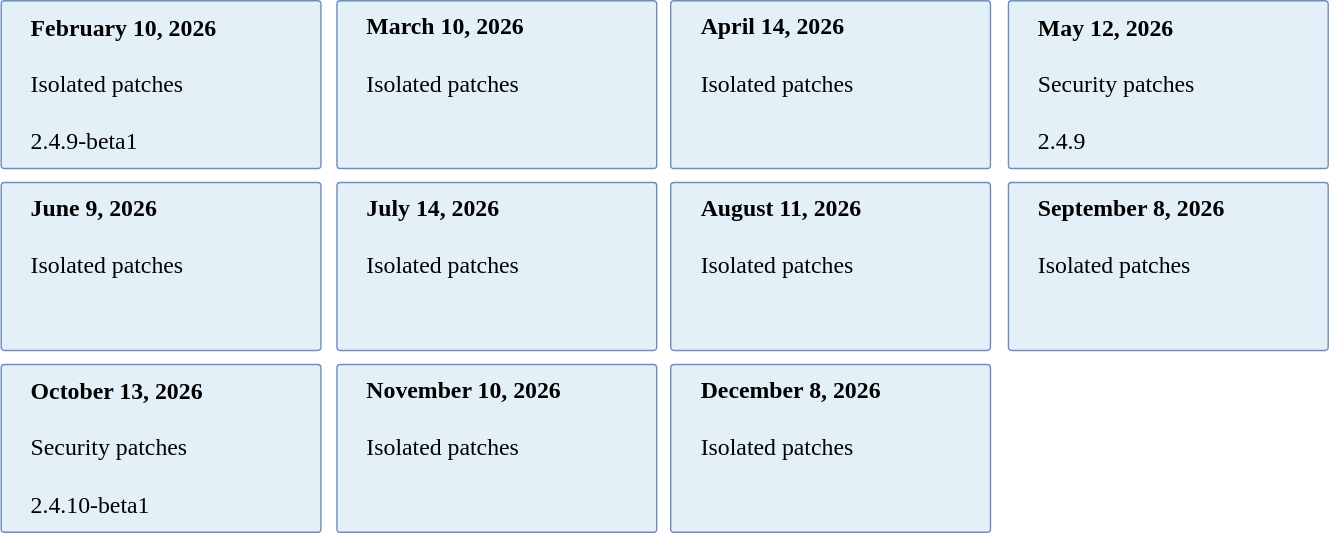
The draw.io diagram help/assets/release/release-calendar.drawio.svg in AdobeDocs/commerce-operations.en, before a commit. Source tidied: cells renumbered, new cells last; positions are measured from the earlier drawing's top-left corner, leaving out a move shared by most shapes.
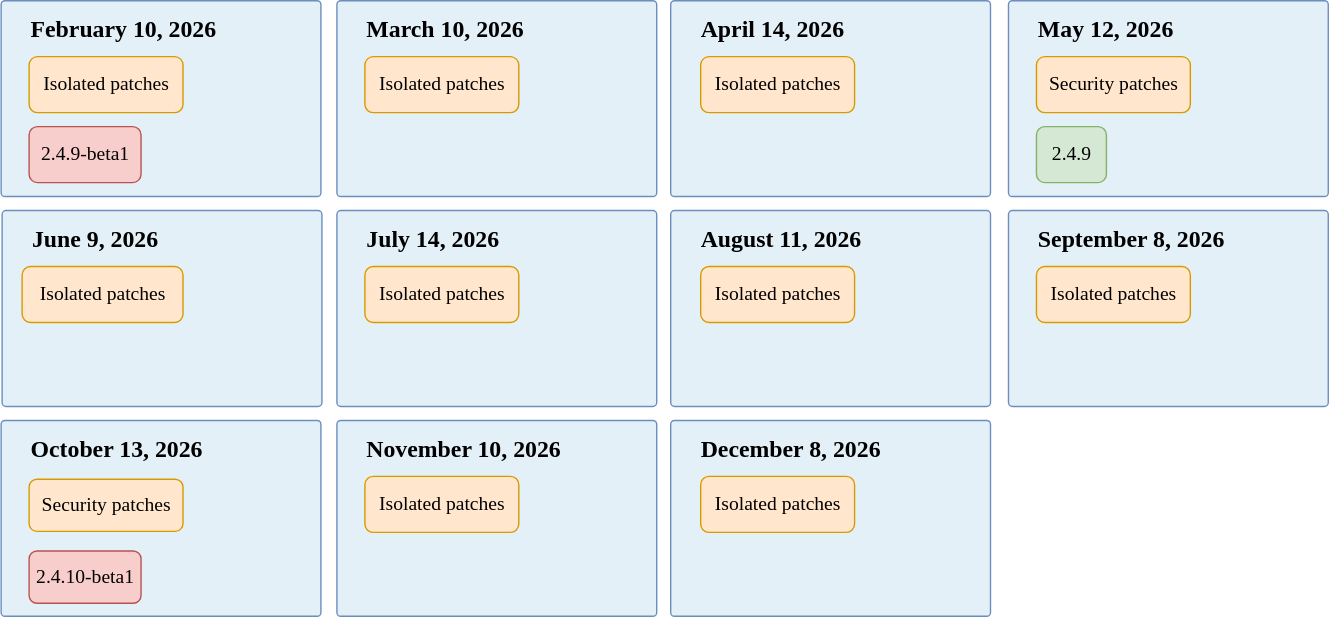
The same file after the commit.

Commit message:
COMDOX-1284: use badges for release types

Change to the diagram source:
```diff
@@ -2,38 +2,80 @@
   <root>
     <mxCell id="0" />
     <mxCell id="1" parent="0" />
-    <mxCell id="2" value="&lt;div&gt;&lt;font&gt;&lt;b&gt;March 10, 2026&lt;/b&gt;&lt;/font&gt;&lt;/div&gt;&lt;div&gt;&lt;br&gt;&lt;/div&gt;&lt;div&gt;&lt;font&gt;Isolated patches&lt;/font&gt;&lt;/div&gt;" style="rounded=1;whiteSpace=wrap;html=1;arcSize=2;fillColor=#E4F0F8;strokeColor=#6c8ebf;fontFamily=Adobe Clean;fontSize=17;perimeter=rectanglePerimeter;shadow=0;align=left;spacingTop=-42;spacing=2;spacingLeft=19;" parent="1" vertex="1">
-      <mxGeometry x="240" width="228.6" height="120" as="geometry" />
+    <mxCell id="2" value="&lt;div&gt;&lt;font&gt;&lt;b&gt;March 10, 2026&lt;/b&gt;&lt;/font&gt;&lt;/div&gt;&lt;div&gt;&lt;br&gt;&lt;/div&gt;&lt;div&gt;&lt;br&gt;&lt;/div&gt;" style="rounded=1;whiteSpace=wrap;html=1;arcSize=2;fillColor=#E4F0F8;strokeColor=#6c8ebf;fontFamily=Adobe Clean;fontSize=17;perimeter=rectanglePerimeter;shadow=0;align=left;spacingTop=-58;spacing=2;spacingLeft=19;" parent="1" vertex="1">
+      <mxGeometry x="240" width="228.6" height="140" as="geometry" />
     </mxCell>
-    <mxCell id="3" value="&lt;div&gt;&lt;font&gt;&lt;b&gt;May 12, 2026&lt;/b&gt;&lt;/font&gt;&lt;/div&gt;&lt;div&gt;&lt;br&gt;&lt;/div&gt;&lt;div&gt;&lt;font&gt;Security patches&lt;/font&gt;&lt;/div&gt;&lt;div&gt;&lt;font&gt;&lt;br&gt;&lt;/font&gt;&lt;/div&gt;&lt;div&gt;&lt;font&gt;2.4.9&lt;/font&gt;&lt;/div&gt;" style="rounded=1;whiteSpace=wrap;html=1;arcSize=2;fillColor=#E4F0F8;strokeColor=#6c8ebf;fontFamily=Adobe Clean;fontSize=17;perimeter=rectanglePerimeter;shadow=0;align=left;spacingTop=0;spacing=2;spacingLeft=19;" parent="1" vertex="1">
-      <mxGeometry x="720" width="228.6" height="120" as="geometry" />
+    <mxCell id="3" value="&lt;div&gt;&lt;font&gt;&lt;b&gt;May 12, 2026&lt;/b&gt;&lt;/font&gt;&lt;/div&gt;&lt;div&gt;&lt;br&gt;&lt;/div&gt;&lt;div&gt;&lt;br&gt;&lt;/div&gt;" style="rounded=1;whiteSpace=wrap;html=1;arcSize=2;fillColor=#E4F0F8;strokeColor=#6c8ebf;fontFamily=Adobe Clean;fontSize=17;perimeter=rectanglePerimeter;shadow=0;align=left;spacingTop=-58;spacing=2;spacingLeft=19;" parent="1" vertex="1">
+      <mxGeometry x="720" width="228.6" height="140" as="geometry" />
     </mxCell>
-    <mxCell id="4" value="&lt;div&gt;&lt;font&gt;&lt;b&gt;June 9, 2026&lt;/b&gt;&lt;/font&gt;&lt;/div&gt;&lt;div&gt;&lt;br&gt;&lt;/div&gt;&lt;div&gt;Isolated patches&lt;/div&gt;" style="rounded=1;whiteSpace=wrap;html=1;arcSize=2;fillColor=#E4F0F8;strokeColor=#6c8ebf;fontFamily=Adobe Clean;fontSize=17;perimeter=rectanglePerimeter;shadow=0;align=left;spacingTop=-42;spacing=2;spacingLeft=19;" parent="1" vertex="1">
-      <mxGeometry y="130" width="228.6" height="120" as="geometry" />
+    <mxCell id="4" value="&lt;div&gt;&lt;font&gt;&lt;b&gt;June 9, 2026&lt;/b&gt;&lt;/font&gt;&lt;/div&gt;&lt;div&gt;&lt;br&gt;&lt;/div&gt;&lt;div&gt;&lt;br&gt;&lt;/div&gt;" style="rounded=1;whiteSpace=wrap;html=1;arcSize=2;fillColor=#E4F0F8;strokeColor=#6c8ebf;fontFamily=Adobe Clean;fontSize=17;perimeter=rectanglePerimeter;shadow=0;align=left;spacingTop=-58;spacing=2;spacingLeft=19;" parent="1" vertex="1">
+      <mxGeometry x="0.7" y="150" width="228.6" height="140" as="geometry" />
     </mxCell>
-    <mxCell id="5" value="&lt;div&gt;&lt;font&gt;&lt;b&gt;July 14, 2026&lt;/b&gt;&lt;/font&gt;&lt;/div&gt;&lt;div&gt;&lt;br&gt;&lt;/div&gt;&lt;div&gt;Isolated patches&lt;/div&gt;" style="rounded=1;whiteSpace=wrap;html=1;arcSize=2;fillColor=#E4F0F8;strokeColor=#6c8ebf;fontFamily=Adobe Clean;fontSize=17;perimeter=rectanglePerimeter;shadow=0;align=left;spacingTop=-42;spacing=2;spacingLeft=19;" parent="1" vertex="1">
-      <mxGeometry x="240" y="130" width="228.6" height="120" as="geometry" />
+    <mxCell id="5" value="&lt;div&gt;&lt;font&gt;&lt;b&gt;July 14, 2026&lt;/b&gt;&lt;/font&gt;&lt;/div&gt;&lt;div&gt;&lt;br&gt;&lt;/div&gt;&lt;div&gt;&lt;br&gt;&lt;/div&gt;" style="rounded=1;whiteSpace=wrap;html=1;arcSize=2;fillColor=#E4F0F8;strokeColor=#6c8ebf;fontFamily=Adobe Clean;fontSize=17;perimeter=rectanglePerimeter;shadow=0;align=left;spacingTop=-58;spacing=2;spacingLeft=19;" parent="1" vertex="1">
+      <mxGeometry x="240" y="150" width="228.6" height="140" as="geometry" />
     </mxCell>
-    <mxCell id="6" value="&lt;div&gt;&lt;font&gt;&lt;b&gt;August 11, 2026&lt;/b&gt;&lt;/font&gt;&lt;/div&gt;&lt;div&gt;&lt;br&gt;&lt;/div&gt;&lt;div&gt;Isolated patches&lt;/div&gt;" style="rounded=1;whiteSpace=wrap;html=1;arcSize=2;fillColor=#E4F0F8;strokeColor=#6c8ebf;fontFamily=Adobe Clean;fontSize=17;perimeter=rectanglePerimeter;shadow=0;align=left;spacingTop=-42;spacing=2;spacingLeft=19;" parent="1" vertex="1">
-      <mxGeometry x="478.6" y="130" width="228.6" height="120" as="geometry" />
+    <mxCell id="6" value="&lt;div&gt;&lt;font&gt;&lt;b&gt;August 11, 2026&lt;/b&gt;&lt;/font&gt;&lt;/div&gt;&lt;div&gt;&lt;br&gt;&lt;/div&gt;&lt;div&gt;&lt;br&gt;&lt;/div&gt;" style="rounded=1;whiteSpace=wrap;html=1;arcSize=2;fillColor=#E4F0F8;strokeColor=#6c8ebf;fontFamily=Adobe Clean;fontSize=17;perimeter=rectanglePerimeter;shadow=0;align=left;spacingTop=-58;spacing=2;spacingLeft=19;" parent="1" vertex="1">
+      <mxGeometry x="478.6" y="150" width="228.6" height="140" as="geometry" />
     </mxCell>
-    <mxCell id="7" value="&lt;div&gt;&lt;font&gt;&lt;b&gt;September 8, 2026&lt;/b&gt;&lt;/font&gt;&lt;/div&gt;&lt;div&gt;&lt;br&gt;&lt;/div&gt;&lt;div&gt;Isolated patches&lt;/div&gt;" style="rounded=1;whiteSpace=wrap;html=1;arcSize=2;fillColor=#E4F0F8;strokeColor=#6c8ebf;fontFamily=Adobe Clean;fontSize=17;perimeter=rectanglePerimeter;shadow=0;align=left;spacingTop=-42;spacing=2;spacingLeft=19;" parent="1" vertex="1">
-      <mxGeometry x="720" y="130" width="228.6" height="120" as="geometry" />
+    <mxCell id="7" value="&lt;div&gt;&lt;font&gt;&lt;b&gt;September 8, 2026&lt;/b&gt;&lt;/font&gt;&lt;/div&gt;&lt;div&gt;&lt;br&gt;&lt;/div&gt;&lt;div&gt;&lt;br&gt;&lt;/div&gt;" style="rounded=1;whiteSpace=wrap;html=1;arcSize=2;fillColor=#E4F0F8;strokeColor=#6c8ebf;fontFamily=Adobe Clean;fontSize=17;perimeter=rectanglePerimeter;shadow=0;align=left;spacingTop=-58;spacing=2;spacingLeft=19;" parent="1" vertex="1">
+      <mxGeometry x="720" y="150" width="228.6" height="140" as="geometry" />
     </mxCell>
-    <mxCell id="8" value="&lt;div&gt;&lt;font&gt;&lt;b&gt;October 13, 2026&lt;/b&gt;&lt;/font&gt;&lt;/div&gt;&lt;div&gt;&lt;br&gt;&lt;/div&gt;&lt;div&gt;Security patches&lt;/div&gt;&lt;div&gt;&lt;br&gt;&lt;/div&gt;&lt;div&gt;2.4.10-beta1&lt;/div&gt;" style="rounded=1;whiteSpace=wrap;html=1;arcSize=2;fillColor=#E4F0F8;strokeColor=#6c8ebf;fontFamily=Adobe Clean;fontSize=17;perimeter=rectanglePerimeter;shadow=0;align=left;spacingTop=0;spacing=2;spacingLeft=19;" parent="1" vertex="1">
-      <mxGeometry y="260" width="228.6" height="120" as="geometry" />
-    </mxCell>
-    <mxCell id="9" value="&lt;div&gt;&lt;font&gt;&lt;b&gt;November 10, 2026&lt;/b&gt;&lt;/font&gt;&lt;/div&gt;&lt;div&gt;&lt;br&gt;&lt;/div&gt;&lt;div&gt;Isolated patches&lt;/div&gt;" style="rounded=1;whiteSpace=wrap;html=1;arcSize=2;fillColor=#E4F0F8;strokeColor=#6c8ebf;fontFamily=Adobe Clean;fontSize=17;perimeter=rectanglePerimeter;shadow=0;align=left;spacingTop=-42;spacing=2;spacingLeft=19;" parent="1" vertex="1">
-      <mxGeometry x="240" y="260" width="228.6" height="120" as="geometry" />
+    <mxCell id="9" value="&lt;div&gt;&lt;font&gt;&lt;b&gt;November 10, 2026&lt;/b&gt;&lt;/font&gt;&lt;/div&gt;&lt;div&gt;&lt;br&gt;&lt;/div&gt;&lt;div&gt;&lt;br&gt;&lt;/div&gt;" style="rounded=1;whiteSpace=wrap;html=1;arcSize=2;fillColor=#E4F0F8;strokeColor=#6c8ebf;fontFamily=Adobe Clean;fontSize=17;perimeter=rectanglePerimeter;shadow=0;align=left;spacingTop=-58;spacing=2;spacingLeft=19;" parent="1" vertex="1">
+      <mxGeometry x="240" y="300" width="228.6" height="140" as="geometry" />
     </mxCell>
-    <mxCell id="10" value="&lt;div&gt;&lt;font&gt;&lt;b&gt;December 8, 2026&lt;/b&gt;&lt;/font&gt;&lt;/div&gt;&lt;div&gt;&lt;br&gt;&lt;/div&gt;&lt;div&gt;Isolated patches&lt;/div&gt;" style="rounded=1;whiteSpace=wrap;html=1;arcSize=2;fillColor=#E4F0F8;strokeColor=#6c8ebf;fontFamily=Adobe Clean;fontSize=17;perimeter=rectanglePerimeter;shadow=0;align=left;spacingTop=-42;spacing=2;spacingLeft=19;" parent="1" vertex="1">
-      <mxGeometry x="478.6" y="260" width="228.6" height="120" as="geometry" />
+    <mxCell id="10" value="&lt;div&gt;&lt;font&gt;&lt;b&gt;December 8, 2026&lt;/b&gt;&lt;/font&gt;&lt;/div&gt;&lt;div&gt;&lt;br&gt;&lt;/div&gt;&lt;div&gt;&lt;br&gt;&lt;/div&gt;" style="rounded=1;whiteSpace=wrap;html=1;arcSize=2;fillColor=#E4F0F8;strokeColor=#6c8ebf;fontFamily=Adobe Clean;fontSize=17;perimeter=rectanglePerimeter;shadow=0;align=left;spacingTop=-58;spacing=2;spacingLeft=19;" parent="1" vertex="1">
+      <mxGeometry x="478.6" y="300" width="228.6" height="140" as="geometry" />
     </mxCell>
-    <mxCell id="11" value="&lt;div&gt;&lt;font&gt;&lt;b&gt;February 10, 2026&lt;/b&gt;&lt;/font&gt;&lt;/div&gt;&lt;div&gt;&lt;br&gt;&lt;/div&gt;&lt;div&gt;&lt;font&gt;Isolated patches&lt;/font&gt;&lt;/div&gt;&lt;div&gt;&lt;font&gt;&lt;br&gt;&lt;/font&gt;&lt;/div&gt;&lt;div&gt;&lt;font&gt;2.4.9-beta1&lt;/font&gt;&lt;/div&gt;" style="rounded=1;whiteSpace=wrap;html=1;arcSize=2;fillColor=#E4F0F8;strokeColor=#6c8ebf;fontFamily=Adobe Clean;fontSize=17;perimeter=rectanglePerimeter;shadow=0;align=left;spacingTop=0;spacing=2;spacingLeft=19;" parent="1" vertex="1">
-      <mxGeometry width="228.6" height="120" as="geometry" />
+    <mxCell id="11" value="&lt;div&gt;&lt;font&gt;&lt;b&gt;February 10, 2026&lt;/b&gt;&lt;/font&gt;&lt;/div&gt;&lt;div&gt;&lt;br&gt;&lt;/div&gt;&lt;div&gt;&lt;br&gt;&lt;/div&gt;" style="rounded=1;whiteSpace=wrap;html=1;arcSize=2;fillColor=#E4F0F8;strokeColor=#6c8ebf;fontFamily=Adobe Clean;fontSize=17;perimeter=rectanglePerimeter;shadow=0;align=left;spacingTop=-58;spacing=2;spacingLeft=19;" parent="1" vertex="1">
+      <mxGeometry width="228.6" height="140" as="geometry" />
     </mxCell>
-    <mxCell id="12" value="&lt;div&gt;&lt;font&gt;&lt;b&gt;April 14, 2026&lt;/b&gt;&lt;/font&gt;&lt;/div&gt;&lt;div&gt;&lt;br&gt;&lt;/div&gt;&lt;div&gt;&lt;font&gt;Isolated patches&lt;/font&gt;&lt;/div&gt;" style="rounded=1;whiteSpace=wrap;html=1;arcSize=2;fillColor=#E4F0F8;strokeColor=#6c8ebf;fontFamily=Adobe Clean;fontSize=17;perimeter=rectanglePerimeter;shadow=0;align=left;spacingTop=-42;spacing=2;spacingLeft=19;" parent="1" vertex="1">
-      <mxGeometry x="478.6" width="228.6" height="120" as="geometry" />
+    <mxCell id="12" value="&lt;div&gt;&lt;font&gt;&lt;b&gt;April 14, 2026&lt;/b&gt;&lt;/font&gt;&lt;/div&gt;&lt;div&gt;&lt;br&gt;&lt;/div&gt;&lt;div&gt;&lt;br&gt;&lt;/div&gt;" style="rounded=1;whiteSpace=wrap;html=1;arcSize=2;fillColor=#E4F0F8;strokeColor=#6c8ebf;fontFamily=Adobe Clean;fontSize=17;perimeter=rectanglePerimeter;shadow=0;align=left;spacingTop=-58;spacing=2;spacingLeft=19;" parent="1" vertex="1">
+      <mxGeometry x="478.6" width="228.6" height="140" as="geometry" />
     </mxCell>
+    <mxCell id="13" value="Isolated patches" style="rounded=1;whiteSpace=wrap;html=1;fillColor=#ffe6cc;strokeColor=#d79b00;fontFamily=Adobe Clean;fontSize=14;" parent="1" vertex="1">
+      <mxGeometry x="20" y="40" width="110" height="40" as="geometry" />
+    </mxCell>
+    <mxCell id="14" value="Isolated patches" style="rounded=1;whiteSpace=wrap;html=1;fillColor=#ffe6cc;strokeColor=#d79b00;fontFamily=Adobe Clean;fontSize=14;" parent="1" vertex="1">
+      <mxGeometry x="260" y="40" width="110" height="40" as="geometry" />
+    </mxCell>
+    <mxCell id="15" value="Isolated patches" style="rounded=1;whiteSpace=wrap;html=1;fillColor=#ffe6cc;strokeColor=#d79b00;fontFamily=Adobe Clean;fontSize=14;" parent="1" vertex="1">
+      <mxGeometry x="260" y="190" width="110" height="40" as="geometry" />
+    </mxCell>
+    <mxCell id="16" value="Isolated patches" style="rounded=1;whiteSpace=wrap;html=1;fillColor=#ffe6cc;strokeColor=#d79b00;fontFamily=Adobe Clean;fontSize=14;" parent="1" vertex="1">
+      <mxGeometry x="15" y="190" width="115" height="40" as="geometry" />
+    </mxCell>
+    <mxCell id="17" value="Isolated patches" style="rounded=1;whiteSpace=wrap;html=1;fillColor=#ffe6cc;strokeColor=#d79b00;fontFamily=Adobe Clean;fontSize=14;" parent="1" vertex="1">
+      <mxGeometry x="260" y="340" width="110" height="40" as="geometry" />
+    </mxCell>
+    <mxCell id="18" value="Isolated patches" style="rounded=1;whiteSpace=wrap;html=1;fillColor=#ffe6cc;strokeColor=#d79b00;fontFamily=Adobe Clean;fontSize=14;" parent="1" vertex="1">
+      <mxGeometry x="500" y="340" width="110" height="40" as="geometry" />
+    </mxCell>
+    <mxCell id="19" value="Isolated patches" style="rounded=1;whiteSpace=wrap;html=1;fillColor=#ffe6cc;strokeColor=#d79b00;fontFamily=Adobe Clean;fontSize=14;" parent="1" vertex="1">
+      <mxGeometry x="500" y="190" width="110" height="40" as="geometry" />
+    </mxCell>
+    <mxCell id="20" value="Isolated patches" style="rounded=1;whiteSpace=wrap;html=1;fillColor=#ffe6cc;strokeColor=#d79b00;fontFamily=Adobe Clean;fontSize=14;" parent="1" vertex="1">
+      <mxGeometry x="500" y="40" width="110" height="40" as="geometry" />
+    </mxCell>
+    <mxCell id="21" value="Isolated patches" style="rounded=1;whiteSpace=wrap;html=1;fillColor=#ffe6cc;strokeColor=#d79b00;fontFamily=Adobe Clean;fontSize=14;" parent="1" vertex="1">
+      <mxGeometry x="740" y="190" width="110" height="40" as="geometry" />
+    </mxCell>
+    <mxCell id="22" value="Security patches" style="rounded=1;whiteSpace=wrap;html=1;fillColor=#ffe6cc;strokeColor=#d79b00;fontFamily=Adobe Clean;fontSize=14;" parent="1" vertex="1">
+      <mxGeometry x="740" y="40" width="110" height="40" as="geometry" />
+    </mxCell>
+    <mxCell id="23" value="2.4.9" style="rounded=1;whiteSpace=wrap;html=1;fillColor=#d5e8d4;strokeColor=#82b366;fontFamily=Adobe Clean;fontSize=14;" parent="1" vertex="1">
+      <mxGeometry x="740" y="90" width="50" height="40" as="geometry" />
+    </mxCell>
+    <mxCell id="24" value="2.4.9-beta1" style="rounded=1;whiteSpace=wrap;html=1;fillColor=#f8cecc;strokeColor=#b85450;fontFamily=Adobe Clean;fontSize=14;" parent="1" vertex="1">
+      <mxGeometry x="20" y="90" width="80" height="40" as="geometry" />
+    </mxCell>
+    <mxCell id="8" value="&lt;div&gt;&lt;font&gt;&lt;b&gt;October 13, 2026&lt;/b&gt;&lt;/font&gt;&lt;/div&gt;&lt;div&gt;&lt;br&gt;&lt;/div&gt;&lt;div&gt;&lt;br&gt;&lt;/div&gt;" style="rounded=1;whiteSpace=wrap;html=1;arcSize=2;fillColor=#E4F0F8;strokeColor=#6c8ebf;fontFamily=Adobe Clean;fontSize=17;perimeter=rectanglePerimeter;shadow=0;align=left;spacingTop=-58;spacing=2;spacingLeft=19;" parent="1" vertex="1">
+      <mxGeometry y="300" width="228.6" height="140" as="geometry" />
+    </mxCell>
+    <mxCell id="25" value="Security patches" style="rounded=1;whiteSpace=wrap;html=1;fillColor=#ffe6cc;strokeColor=#d79b00;fontFamily=Adobe Clean;fontSize=14;" parent="1" vertex="1">
+      <mxGeometry x="20" y="342" width="110" height="37.3" as="geometry" />
+    </mxCell>
+    <mxCell id="26" value="2.4.10-beta1" style="rounded=1;whiteSpace=wrap;html=1;fillColor=#f8cecc;strokeColor=#b85450;fontFamily=Adobe Clean;fontSize=14;" parent="1" vertex="1">
+      <mxGeometry x="20" y="393.3" width="80" height="37.3" as="geometry" />
+    </mxCell>
   </root>
 </mxGraphModel>
```
